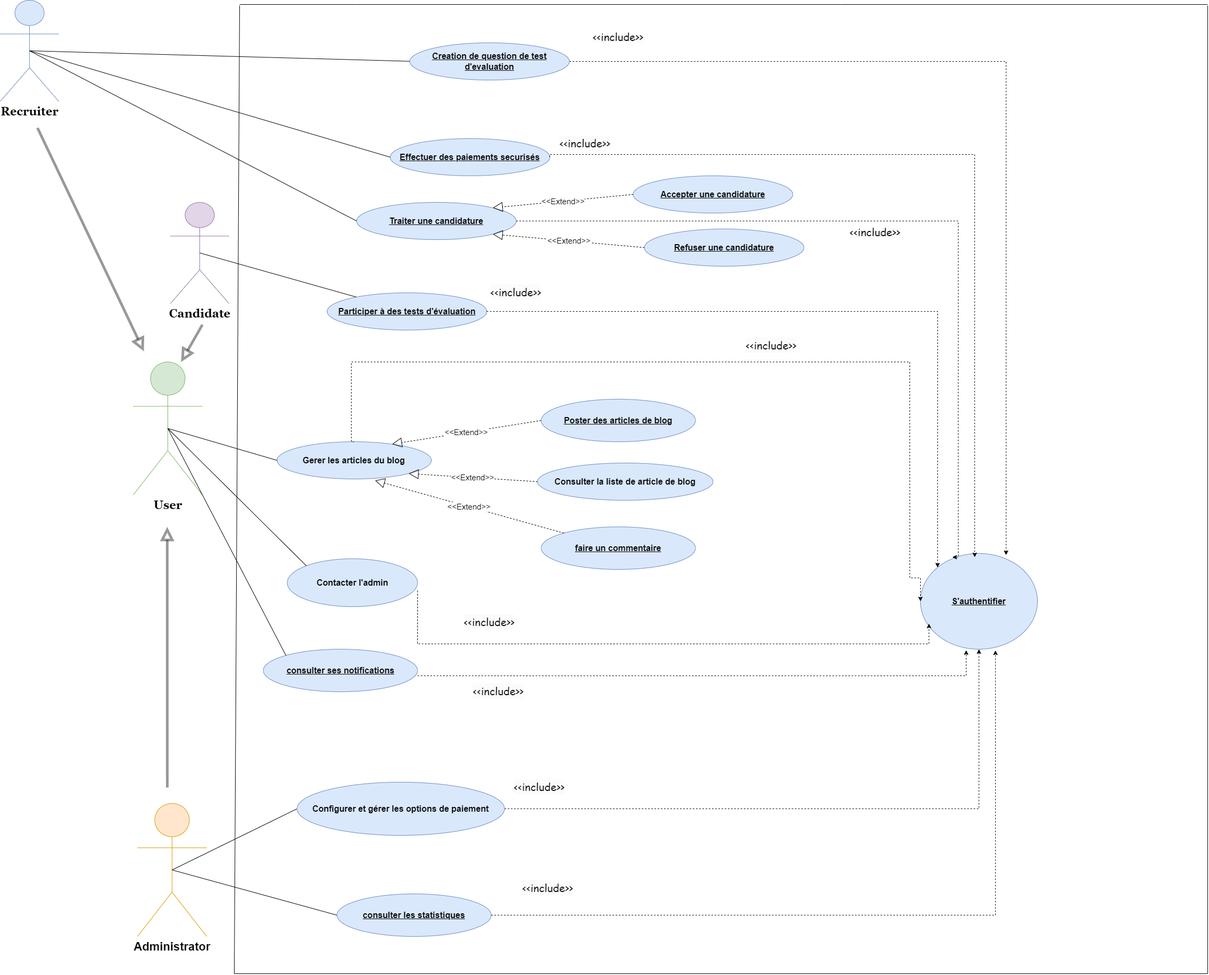
Before: Diagramme cas utilisation sprint3.drawio.png, a diagram exported from draw.io (chirine1/-project). Source tidied: cells renumbered, new cells last; positions are measured from the earlier drawing's top-left corner, leaving out a move shared by most shapes.
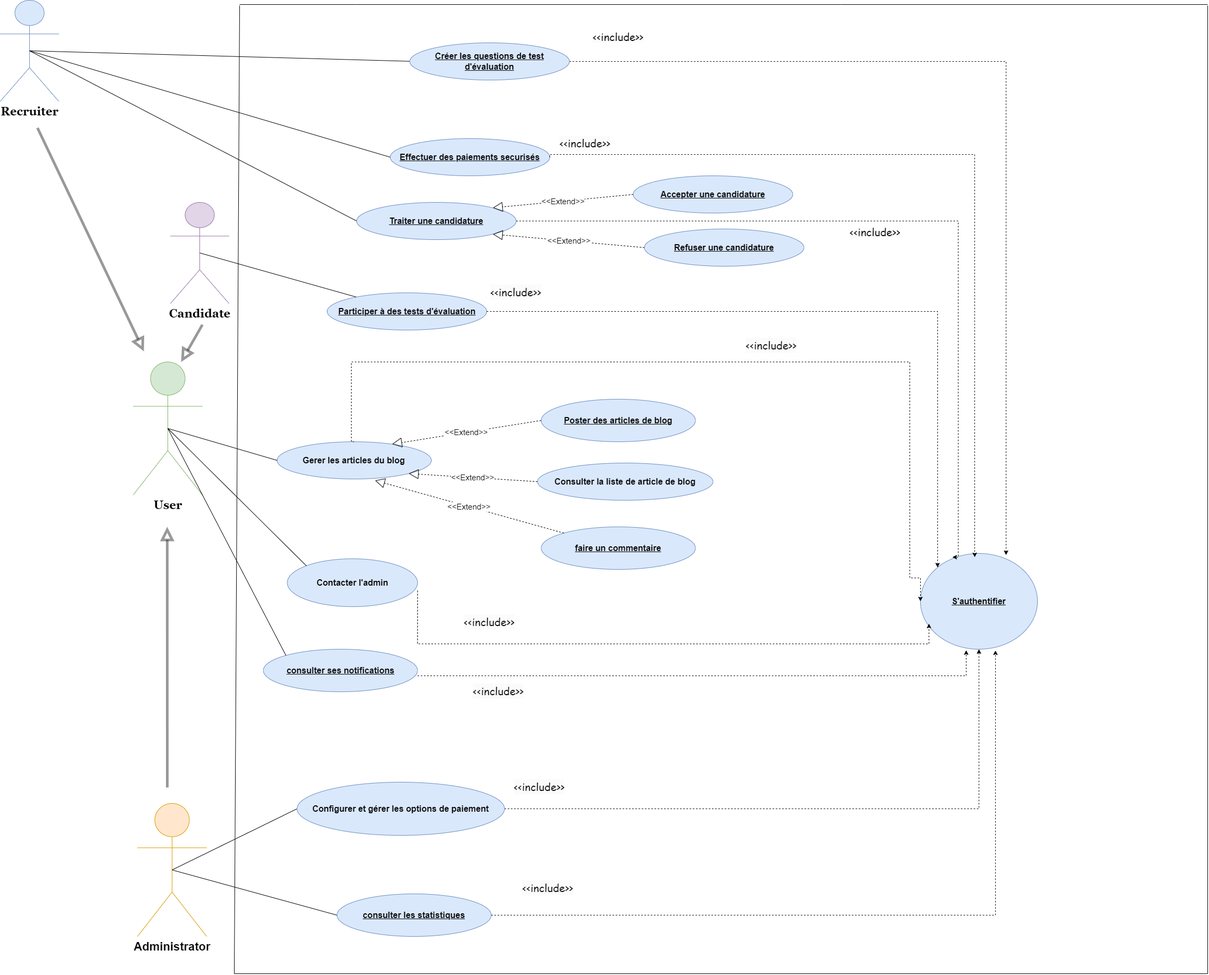
Later version of the same file.

Commit message:
Mettre à jour Diagramme cas utilisation sprint3.drawio.png

Change to the diagram source:
```diff
@@ -181,7 +181,7 @@
     <mxCell id="49" style="endArrow=none;html=1;rounded=0;exitX=0.5;exitY=0.5;exitDx=0;exitDy=0;exitPerimeter=0;entryX=0;entryY=0.5;entryDx=0;entryDy=0;" parent="1" edge="1" source="5" target="36">
       <mxGeometry relative="1" as="geometry" />
     </mxCell>
-    <mxCell id="50" value="&lt;b style=&quot;font-size: 16px;&quot;&gt;Creation de question de test d'evaluation&lt;/b&gt;" style="ellipse;whiteSpace=wrap;html=1;align=center;fontStyle=4;fillColor=#dae8fc;strokeColor=#6c8ebf;" parent="1" vertex="1">
+    <mxCell id="50" value="&lt;b style=&quot;font-size: 16px;&quot;&gt;Créer les questions de test d'évaluation&lt;/b&gt;" style="ellipse;whiteSpace=wrap;html=1;align=center;fontStyle=4;fillColor=#dae8fc;strokeColor=#6c8ebf;" parent="1" vertex="1">
       <mxGeometry x="770" y="80" width="300" height="70" as="geometry" />
     </mxCell>
     <mxCell id="51" style="edgeStyle=orthogonalEdgeStyle;rounded=0;jettySize=auto;html=1;exitX=1;exitY=0.5;exitDx=0;exitDy=0;dashed=1;entryX=0.419;entryY=-0.019;entryDx=0;entryDy=0;entryPerimeter=0;" parent="1" edge="1" source="14">
```
